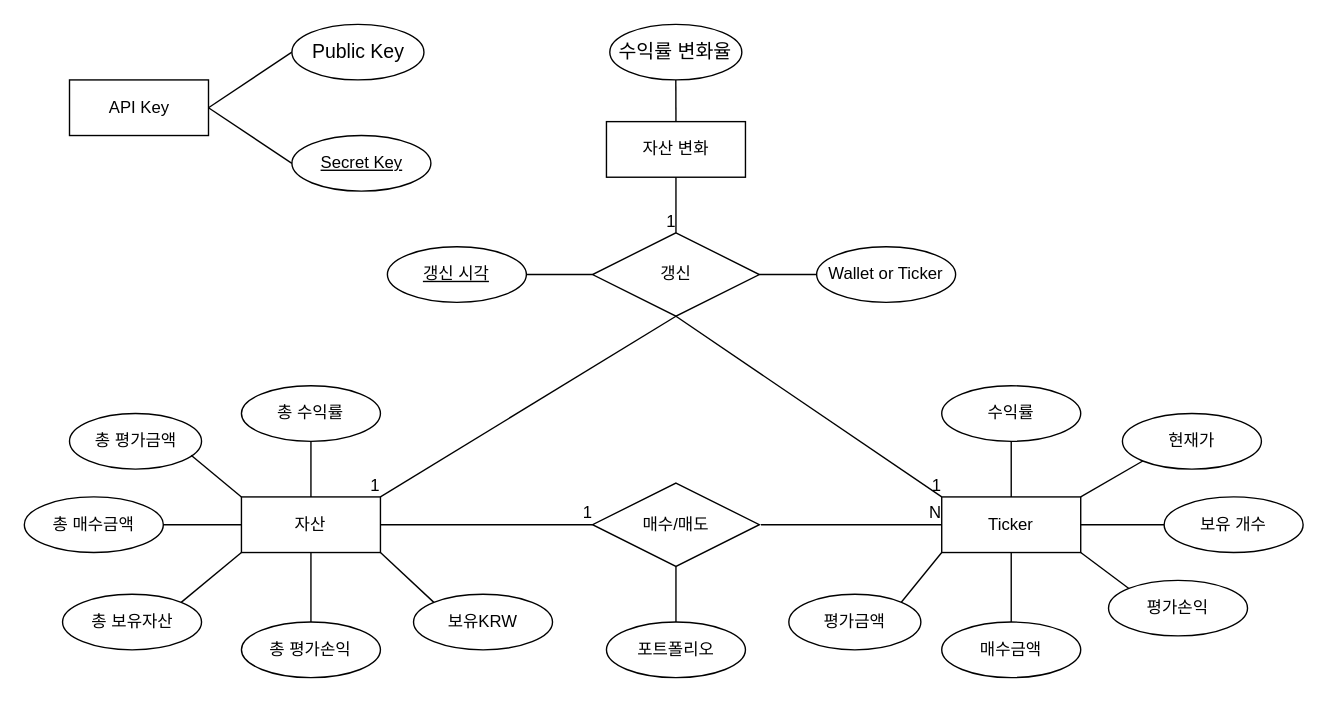
andantan/DB-Project keeps this draw.io diagram as Untitled Diagram.drawio. Above is the earlier version. Source tidied: cells renumbered, new cells numbered last; positions are measured from the earlier drawing's top-left corner, leaving out a move shared by most shapes. Both pictures are drawn from the tidied source at 139%, with x=0, y=0 at pixel (24, 24).
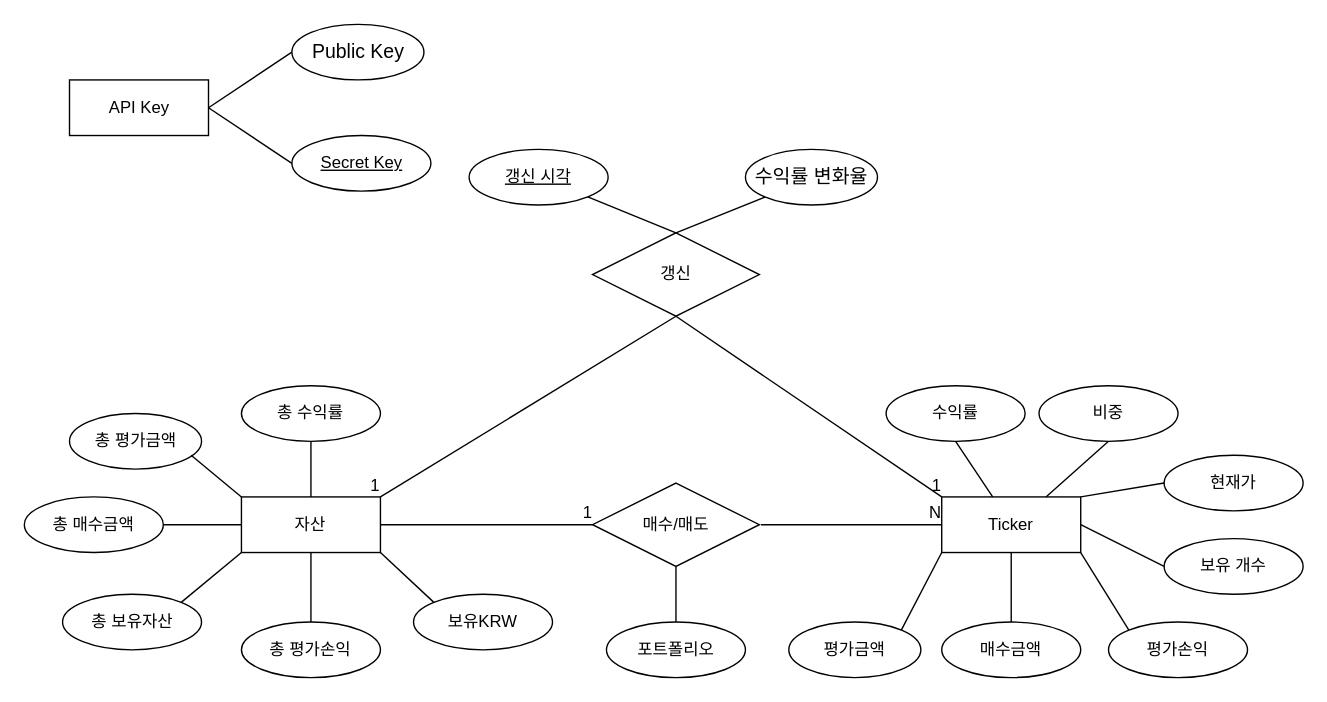
Above is the later version.

The change refers to these unchanged cells:
```xml
<mxCell id="17" value="Ticker" style="whiteSpace=wrap;html=1;align=center;" parent="1" vertex="1">
  <mxGeometry x="660" y="340" width="100" height="40" as="geometry" />
</mxCell>
<mxCell id="41" value="갱신" style="shape=rhombus;perimeter=rhombusPerimeter;whiteSpace=wrap;html=1;align=center;" parent="1" vertex="1">
  <mxGeometry x="408.8" y="150" width="120" height="60" as="geometry" />
</mxCell>
```

The edit, as a diff of the source:
```diff
@@
     <mxCell id="19" value="평가금액" style="ellipse;whiteSpace=wrap;html=1;align=center;" parent="1" vertex="1">
-      <mxGeometry x="550" y="410" width="95" height="40" as="geometry" />
+      <mxGeometry x="550" y="430" width="95" height="40" as="geometry" />
     </mxCell>
     <mxCell id="20" value="평가손익" style="ellipse;whiteSpace=wrap;html=1;align=center;" parent="1" vertex="1">
-      <mxGeometry x="780" y="400" width="100" height="40" as="geometry" />
+      <mxGeometry x="780" y="430" width="100" height="40" as="geometry" />
     </mxCell>
     <mxCell id="21" value="수익률" style="ellipse;whiteSpace=wrap;html=1;align=center;" parent="1" vertex="1">
-      <mxGeometry x="660" y="260" width="100" height="40" as="geometry" />
+      <mxGeometry x="620" y="260" width="100" height="40" as="geometry" />
     </mxCell>
@@
-    <mxCell id="30" value="자산 변화" style="whiteSpace=wrap;html=1;align=center;" parent="1" vertex="1">
-      <mxGeometry x="418.8" y="70" width="100" height="40" as="geometry" />
-    </mxCell>
     <mxCell id="31" value="&lt;div style=&quot;text-align: left;&quot;&gt;&lt;font face=&quot;Apple SD Gothic Neo, arial, sans-serif&quot;&gt;&lt;span style=&quot;font-size: 14px;&quot;&gt;수익률 변화율&lt;/span&gt;&lt;/font&gt;&lt;/div&gt;" style="ellipse;whiteSpace=wrap;html=1;align=center;fontColor=default;labelBackgroundColor=default;" parent="1" vertex="1">
-      <mxGeometry x="421.2" width="95" height="40" as="geometry" />
+      <mxGeometry x="518.8" y="90" width="95" height="40" as="geometry" />
     </mxCell>
-    <mxCell id="32" style="endArrow=none;html=1;rounded=0;exitX=0.5;exitY=0;exitDx=0;exitDy=0;entryX=0.5;entryY=1;entryDx=0;entryDy=0;" parent="1" edge="1" source="30" target="31">
+    <mxCell id="32" style="endArrow=none;html=1;rounded=0;exitX=0.5;exitY=0;exitDx=0;exitDy=0;entryX=0;entryY=1;entryDx=0;entryDy=0;" parent="1" edge="1" source="41" target="31">
       <mxGeometry relative="1" as="geometry" />
     </mxCell>
     <mxCell id="33" value="현재가" style="ellipse;whiteSpace=wrap;html=1;align=center;" parent="1" vertex="1">
-      <mxGeometry x="790" y="280" width="100" height="40" as="geometry" />
+      <mxGeometry x="820" y="310" width="100" height="40" as="geometry" />
     </mxCell>
-    <mxCell id="34" style="endArrow=none;html=1;rounded=0;exitX=1;exitY=0;exitDx=0;exitDy=0;entryX=0;entryY=1;entryDx=0;entryDy=0;" parent="1" edge="1" source="17" target="33">
+    <mxCell id="34" style="endArrow=none;html=1;rounded=0;exitX=1;exitY=0;exitDx=0;exitDy=0;entryX=0;entryY=0.5;entryDx=0;entryDy=0;" parent="1" edge="1" source="17" target="33">
       <mxGeometry relative="1" as="geometry" />
     </mxCell>
@@
-    <mxCell id="44" style="endArrow=none;html=1;rounded=0;exitX=0.5;exitY=1;exitDx=0;exitDy=0;" parent="1" edge="1" source="30" target="41">
-      <mxGeometry relative="1" as="geometry" />
-    </mxCell>
-    <mxCell id="45" value="1" style="html=1;align=right;verticalAlign=bottom;" parent="44" vertex="1">
-      <mxGeometry x="1" relative="1" as="geometry" />
-    </mxCell>
@@
-    <mxCell id="48" style="endArrow=none;html=1;rounded=0;entryX=0;entryY=0.5;entryDx=0;entryDy=0;exitX=1;exitY=0.5;exitDx=0;exitDy=0;" parent="1" edge="1" source="41" target="51">
-      <mxGeometry relative="1" as="geometry" />
-    </mxCell>
     <mxCell id="49" value="갱신 시각" style="ellipse;whiteSpace=wrap;html=1;align=center;fontStyle=4;" parent="1" vertex="1">
-      <mxGeometry x="261.2" y="160" width="100" height="40" as="geometry" />
+      <mxGeometry x="320" y="90" width="100" height="40" as="geometry" />
     </mxCell>
-    <mxCell id="50" style="endArrow=none;html=1;rounded=0;exitX=0;exitY=0.5;exitDx=0;exitDy=0;entryX=1;entryY=0.5;entryDx=0;entryDy=0;" parent="1" edge="1" source="41" target="49">
+    <mxCell id="50" style="endArrow=none;html=1;rounded=0;exitX=0.5;exitY=0;exitDx=0;exitDy=0;entryX=1;entryY=1;entryDx=0;entryDy=0;" parent="1" edge="1" source="41" target="49">
       <mxGeometry relative="1" as="geometry" />
     </mxCell>
-    <mxCell id="51" value="Wallet or Ticker" style="ellipse;whiteSpace=wrap;html=1;align=center;" parent="1" vertex="1">
-      <mxGeometry x="570" y="160" width="100" height="40" as="geometry" />
-    </mxCell>
@@
     <mxCell id="54" value="보유 개수" style="ellipse;whiteSpace=wrap;html=1;align=center;" parent="1" vertex="1">
-      <mxGeometry x="820" y="340" width="100" height="40" as="geometry" />
+      <mxGeometry x="820" y="370" width="100" height="40" as="geometry" />
     </mxCell>
@@
+    <mxCell id="56" style="endArrow=none;html=1;rounded=0;exitX=1;exitY=0;exitDx=0;exitDy=0;entryX=1;entryY=0;entryDx=0;entryDy=0;" parent="1" edge="1">
+      <mxGeometry relative="1" as="geometry">
+        <mxPoint x="700" y="300" as="sourcePoint" />
+        <mxPoint x="700" y="300" as="targetPoint" />
+      </mxGeometry>
+    </mxCell>
+    <mxCell id="57" value="비중" style="ellipse;whiteSpace=wrap;html=1;align=center;" parent="1" vertex="1">
+      <mxGeometry x="730" y="260" width="100" height="40" as="geometry" />
+    </mxCell>
+    <mxCell id="58" style="endArrow=none;html=1;rounded=0;exitX=0.75;exitY=0;exitDx=0;exitDy=0;entryX=0.5;entryY=1;entryDx=0;entryDy=0;" parent="1" edge="1" source="17" target="57">
+      <mxGeometry relative="1" as="geometry" />
+    </mxCell>
```
